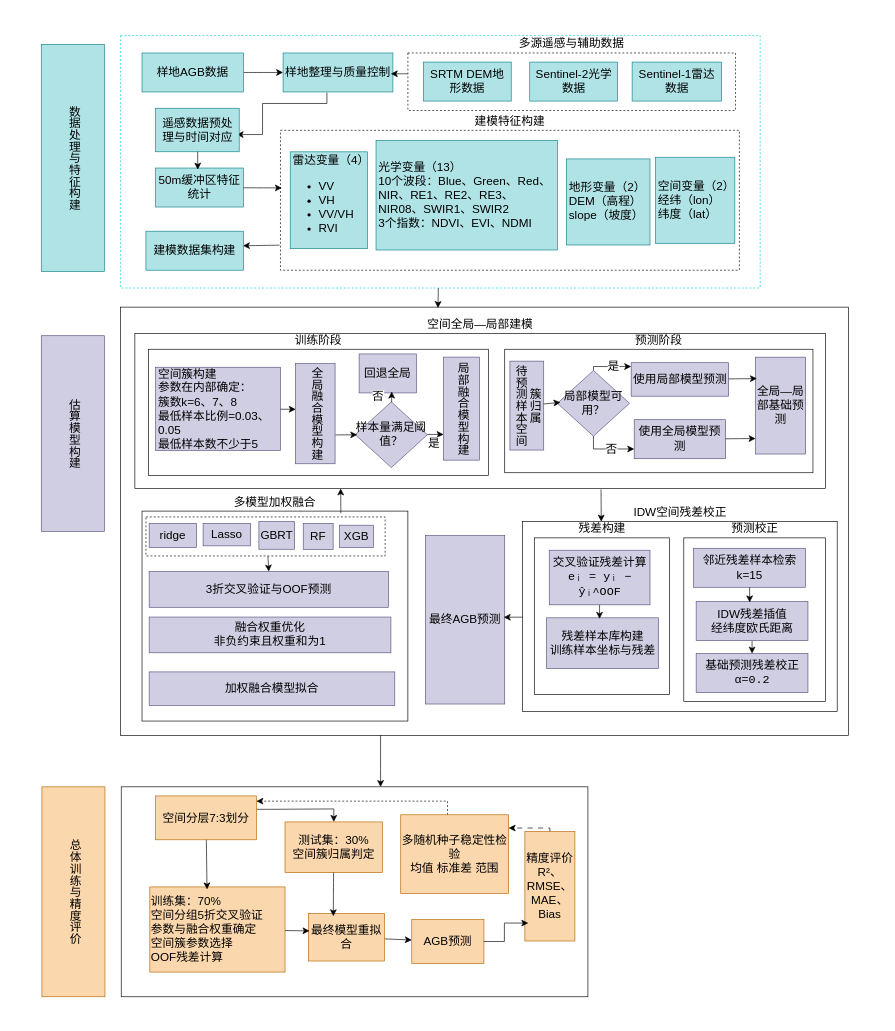
ruoxiaobai/ruo keeps this draw.io diagram as 论文英文版流程图.drawio. Above is the earlier version. Source tidied: cells renumbered, new cells numbered last; positions are measured from the earlier drawing's top-left corner, leaving out a move shared by most shapes. Both pictures are drawn from the tidied source at 65%, with x=0, y=0 at pixel (41, 35).
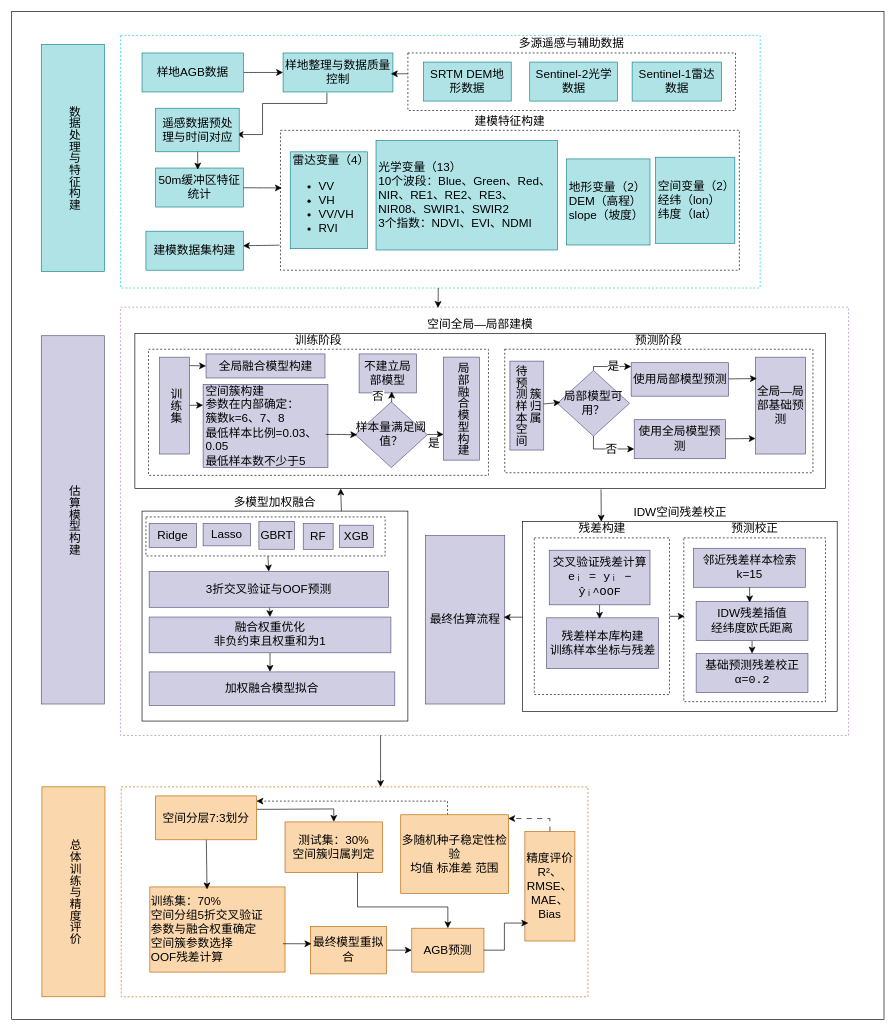
The same diagram, later.

Commit message:
更新论文英文版流程图.drawio

The change refers to these unchanged cells:
```xml
<mxCell id="4" value="空间全局—局部建模" style="rounded=0;whiteSpace=wrap;html=1;fontSize=18;labelPosition=center;verticalLabelPosition=top;align=center;verticalAlign=bottom;spacingLeft=2;spacingRight=2;" parent="1" vertex="1">
  <mxGeometry x="144" y="458.5" width="1062.5" height="238.5" as="geometry" />
</mxCell>
<mxCell id="27" value="多模型加权融合" style="rounded=0;whiteSpace=wrap;html=1;labelPosition=center;verticalLabelPosition=top;align=center;verticalAlign=bottom;fontSize=18;spacingLeft=2;spacingRight=2;" parent="1" vertex="1">
  <mxGeometry x="155" y="731.8" width="409" height="323" as="geometry" />
</mxCell>
<mxCell id="35" value="3折交叉验证与OOF预测" style="rounded=0;whiteSpace=wrap;html=1;fontSize=18;spacingLeft=2;spacingRight=2;fillColor=#d0cee2;strokeColor=#56517e;" parent="1" vertex="1">
  <mxGeometry x="166" y="824.8" width="368" height="55" as="geometry" />
</mxCell>
<mxCell id="44" value="训练集：70%&lt;div&gt;空间分组5折交叉验证&lt;/div&gt;&lt;div&gt;参数与融合权重确定&lt;/div&gt;&lt;div&gt;空间簇参数选择&lt;/div&gt;&lt;div&gt;OOF残差计算&lt;/div&gt;" style="rounded=0;whiteSpace=wrap;html=1;align=left;fontSize=18;fillColor=#fad7ac;strokeColor=#b46504;" parent="1" vertex="1">
  <mxGeometry x="167" y="1310" width="208" height="131" as="geometry" />
</mxCell>
<mxCell id="45" value="测试集：30%&lt;div&gt;空间簇归属判定&lt;/div&gt;" style="rounded=0;whiteSpace=wrap;html=1;fontSize=18;fillColor=#fad7ac;strokeColor=#b46504;" parent="1" vertex="1">
  <mxGeometry x="375" y="1210" width="150" height="78" as="geometry" />
</mxCell>
<mxCell id="51" value="精度评价&lt;div&gt;R²、RMSE、MAE、Bias&lt;/div&gt;" style="rounded=0;whiteSpace=wrap;html=1;fontSize=18;fillColor=#fad7ac;strokeColor=#b46504;" parent="1" vertex="1">
  <mxGeometry x="744" y="1225" width="77" height="168.2" as="geometry" />
</mxCell>
<mxCell id="53" value="多随机种子稳定性检验&lt;div&gt;均值 标准差 范围&lt;/div&gt;" style="rounded=0;whiteSpace=wrap;html=1;fontSize=18;align=center;fillColor=#fad7ac;strokeColor=#b46504;" parent="1" vertex="1">
  <mxGeometry x="553" y="1199" width="166" height="121" as="geometry" />
</mxCell>
<mxCell id="54" value="融合权重优化&lt;div&gt;非负约束且权重和为1&lt;/div&gt;" style="rounded=0;whiteSpace=wrap;html=1;fontSize=18;spacingLeft=2;spacingRight=2;fillColor=#d0cee2;strokeColor=#56517e;" parent="1" vertex="1">
  <mxGeometry x="166" y="894.8" width="371.9" height="55" as="geometry" />
</mxCell>
<mxCell id="61" value="样本量满足阈值？" style="rhombus;whiteSpace=wrap;html=1;shapeInside=1;fontSize=18;fillColor=#d0cee2;strokeColor=#56517e;" parent="1" vertex="1">
  <mxGeometry x="483" y="563.8" width="111" height="101" as="geometry" />
</mxCell>
```

Diff of the diagram source:
```diff
@@
+    <mxCell id="99" style="rounded=0;whiteSpace=wrap;html=1;" parent="1" vertex="1">
+      <mxGeometry x="-45.5" y="-37" width="1342" height="1551" as="geometry" />
+    </mxCell>
-    <mxCell id="2" style="rounded=0;whiteSpace=wrap;html=1;fontSize=18;spacingLeft=2;spacingRight=2;" parent="1" vertex="1">
+    <mxCell id="2" style="rounded=0;whiteSpace=wrap;html=1;fontSize=18;spacingLeft=2;spacingRight=2;dashed=1;strokeColor=#A680B8;" parent="1" vertex="1">
       <mxGeometry x="122" y="418" width="1120" height="659" as="geometry" />
     </mxCell>
@@
-    <mxCell id="5" value="预测阶段" style="rounded=0;whiteSpace=wrap;html=1;labelPosition=center;verticalLabelPosition=top;align=center;verticalAlign=bottom;fontSize=18;" parent="1" vertex="1">
+    <mxCell id="5" value="预测阶段" style="rounded=0;whiteSpace=wrap;html=1;labelPosition=center;verticalLabelPosition=top;align=center;verticalAlign=bottom;fontSize=18;dashed=1;" parent="1" vertex="1">
       <mxGeometry x="713" y="482.8" width="474.2" height="190" as="geometry" />
     </mxCell>
@@
     <mxCell id="7" value="估算模型构建" style="rounded=0;whiteSpace=wrap;html=1;fontSize=18;textDirection=vertical-lr;align=center;spacingLeft=2;spacingRight=2;fillColor=#d0cee2;strokeColor=#56517e;" parent="1" vertex="1">
-      <mxGeometry y="462" width="97" height="301" as="geometry" />
+      <mxGeometry y="462" width="97" height="566.6" as="geometry" />
     </mxCell>
@@
-    <mxCell id="10" style="rounded=0;whiteSpace=wrap;html=1;fontSize=18;spacingLeft=2;spacingRight=2;" parent="1" vertex="1">
+    <mxCell id="10" style="rounded=0;whiteSpace=wrap;html=1;fontSize=18;spacingLeft=2;spacingRight=2;dashed=1;strokeColor=#CC6600;" parent="1" vertex="1">
       <mxGeometry x="123" y="1156" width="718" height="323" as="geometry" />
     </mxCell>
@@
-    <mxCell id="18" value="样地整理与质量控制" style="rounded=0;whiteSpace=wrap;html=1;fontSize=18;spacingLeft=2;spacingRight=2;fillColor=#b0e3e6;strokeColor=#0e8088;" parent="1" vertex="1">
+    <mxCell id="18" value="样地整理与数据质量控制" style="rounded=0;whiteSpace=wrap;html=1;fontSize=18;spacingLeft=2;spacingRight=2;fillColor=#b0e3e6;strokeColor=#0e8088;" parent="1" vertex="1">
       <mxGeometry x="372" y="27" width="169" height="60" as="geometry" />
     </mxCell>
@@
-    <mxCell id="29" value="ridge" style="rounded=0;whiteSpace=wrap;html=1;fontSize=18;spacingLeft=2;spacingRight=2;fillColor=#d0cee2;strokeColor=#56517e;" parent="1" vertex="1">
+    <mxCell id="29" value="Ridge" style="rounded=0;whiteSpace=wrap;html=1;fontSize=18;spacingLeft=2;spacingRight=2;fillColor=#d0cee2;strokeColor=#56517e;" parent="1" vertex="1">
       <mxGeometry x="166" y="750.8" width="73" height="37" as="geometry" />
     </mxCell>
@@
+    <mxCell id="100" style="edgeStyle=none;curved=1;rounded=0;jettySize=auto;html=1;entryX=0.5;entryY=0;entryDx=0;entryDy=0;fontSize=12;startSize=8;endSize=8;" parent="1" edge="1" source="35" target="54">
+      <mxGeometry relative="1" as="geometry" />
+    </mxCell>
@@
-    <mxCell id="46" value="训练阶段" style="rounded=0;whiteSpace=wrap;html=1;labelPosition=center;verticalLabelPosition=top;align=center;verticalAlign=bottom;fontSize=18;" parent="1" vertex="1">
+    <mxCell id="46" value="训练阶段" style="rounded=0;whiteSpace=wrap;html=1;labelPosition=center;verticalLabelPosition=top;align=center;verticalAlign=bottom;fontSize=18;dashed=1;" parent="1" vertex="1">
       <mxGeometry x="165" y="482.8" width="523" height="194" as="geometry" />
     </mxCell>
@@
     <mxCell id="48" value="最终模型重拟合" style="rounded=0;whiteSpace=wrap;html=1;fontSize=18;fillColor=#fad7ac;strokeColor=#b46504;" parent="1" vertex="1">
-      <mxGeometry x="411" y="1351" width="117" height="73" as="geometry" />
+      <mxGeometry x="414" y="1370.8" width="117" height="73" as="geometry" />
     </mxCell>
     <mxCell id="49" value="AGB预测" style="rounded=0;whiteSpace=wrap;html=1;fontSize=18;fillColor=#fad7ac;strokeColor=#b46504;" parent="1" vertex="1">
-      <mxGeometry x="570" y="1360.2" width="111" height="67.5" as="geometry" />
+      <mxGeometry x="570" y="1373.5" width="111" height="67.5" as="geometry" />
     </mxCell>
-    <mxCell id="50" style="edgeStyle=orthogonalEdgeStyle;rounded=0;jettySize=auto;html=1;fontSize=18;startSize=8;endSize=8;dashed=1;dashPattern=8 8;exitX=0.5;exitY=0;exitDx=0;exitDy=0;" parent="1" edge="1" source="51">
-      <mxGeometry relative="1" as="geometry">
-        <mxPoint x="719" y="1219.4" as="targetPoint" />
-        <Array as="points">
-          <mxPoint x="782.5" y="1219.4" />
-        </Array>
-      </mxGeometry>
+    <mxCell id="50" style="edgeStyle=orthogonalEdgeStyle;rounded=0;jettySize=auto;html=1;fontSize=18;startSize=8;endSize=8;dashed=1;dashPattern=8 8;exitX=0.5;exitY=0;exitDx=0;exitDy=0;entryX=0.996;entryY=0.048;entryDx=0;entryDy=0;entryPerimeter=0;" parent="1" edge="1" source="51" target="53">
+      <mxGeometry relative="1" as="geometry" />
     </mxCell>
@@
+    <mxCell id="101" style="edgeStyle=none;curved=1;rounded=0;jettySize=auto;html=1;fontSize=12;startSize=8;endSize=8;" parent="1" edge="1" source="54">
+      <mxGeometry relative="1" as="geometry">
+        <mxPoint x="351.9" y="979.1" as="targetPoint" />
+      </mxGeometry>
+    </mxCell>
@@
-    <mxCell id="56" value="全局融合模型构建" style="rounded=0;whiteSpace=wrap;html=1;fontSize=18;spacingLeft=2;spacingRight=2;fillColor=#d0cee2;strokeColor=#56517e;textDirection=vertical-lr;" parent="1" vertex="1">
-      <mxGeometry x="391" y="505" width="61" height="154" as="geometry" />
+    <mxCell id="56" value="全局融合模型构建" style="rounded=0;whiteSpace=wrap;html=1;fontSize=18;spacingLeft=2;spacingRight=2;fillColor=#d0cee2;strokeColor=#56517e;" parent="1" vertex="1">
+      <mxGeometry x="253.5" y="490" width="183" height="37" as="geometry" />
     </mxCell>
     <mxCell id="57" value="空间簇构建&lt;div&gt;参数在内部确定：&lt;/div&gt;&lt;div&gt;簇数k=6、7、8&lt;/div&gt;&lt;div&gt;最低样本比例=0.03、0.05&lt;/div&gt;&lt;div&gt;最低样本数不少于5&lt;/div&gt;" style="rounded=0;whiteSpace=wrap;html=1;fontSize=18;align=left;spacingLeft=2;spacingRight=2;fillColor=#d0cee2;strokeColor=#56517e;" parent="1" vertex="1">
-      <mxGeometry x="176" y="510.5" width="192" height="128" as="geometry" />
+      <mxGeometry x="249" y="536.8" width="192" height="128" as="geometry" />
     </mxCell>
@@
-    <mxCell id="62" value="回退全局" style="rounded=0;whiteSpace=wrap;html=1;fontSize=18;fillColor=#d0cee2;strokeColor=#56517e;" parent="1" vertex="1">
+    <mxCell id="62" value="不建立局部模型" style="rounded=0;whiteSpace=wrap;html=1;fontSize=18;fillColor=#d0cee2;strokeColor=#56517e;" parent="1" vertex="1">
       <mxGeometry x="489" y="490" width="88" height="60" as="geometry" />
     </mxCell>
@@
-    <mxCell id="67" value="残差构建" style="rounded=0;whiteSpace=wrap;html=1;labelPosition=center;verticalLabelPosition=top;align=center;verticalAlign=bottom;fontSize=18;" parent="1" vertex="1">
+    <mxCell id="67" value="残差构建" style="rounded=0;whiteSpace=wrap;html=1;labelPosition=center;verticalLabelPosition=top;align=center;verticalAlign=bottom;fontSize=18;dashed=1;" parent="1" vertex="1">
       <mxGeometry x="758.5" y="773" width="208" height="241" as="geometry" />
     </mxCell>
-    <mxCell id="68" value="预测校正" style="rounded=0;whiteSpace=wrap;html=1;labelPosition=center;verticalLabelPosition=top;align=center;verticalAlign=bottom;fontSize=18;" parent="1" vertex="1">
+    <mxCell id="68" value="预测校正" style="rounded=0;whiteSpace=wrap;html=1;labelPosition=center;verticalLabelPosition=top;align=center;verticalAlign=bottom;fontSize=18;dashed=1;" parent="1" vertex="1">
       <mxGeometry x="988.5" y="773" width="218" height="252" as="geometry" />
     </mxCell>
@@
-    <mxCell id="75" value="最终AGB预测" style="rounded=0;whiteSpace=wrap;html=1;fontSize=18;fillColor=#d0cee2;strokeColor=#56517e;" parent="1" vertex="1">
+    <mxCell id="75" value="最终估算流程" style="rounded=0;whiteSpace=wrap;html=1;fontSize=18;fillColor=#d0cee2;strokeColor=#56517e;" parent="1" vertex="1">
       <mxGeometry x="591" y="769.4" width="122" height="259.2" as="geometry" />
     </mxCell>
@@
-    <mxCell id="80" style="edgeStyle=none;curved=1;rounded=0;jettySize=auto;html=1;entryX=0.298;entryY=1;entryDx=0;entryDy=0;entryPerimeter=0;fontSize=18;startSize=8;endSize=8;exitX=0.748;exitY=0.01;exitDx=0;exitDy=0;exitPerimeter=0;" parent="1" edge="1" source="27" target="4">
+    <mxCell id="80" style="edgeStyle=none;curved=1;rounded=0;jettySize=auto;html=1;entryX=0.298;entryY=1;entryDx=0;entryDy=0;entryPerimeter=0;fontSize=18;startSize=8;endSize=8;exitX=0.75;exitY=0;exitDx=0;exitDy=0;" parent="1" edge="1" source="27" target="4">
       <mxGeometry relative="1" as="geometry" />
     </mxCell>
@@
-    <mxCell id="82" style="edgeStyle=none;curved=1;rounded=0;jettySize=auto;html=1;entryX=0.007;entryY=0.456;entryDx=0;entryDy=0;entryPerimeter=0;fontSize=18;startSize=8;endSize=8;" parent="1" edge="1" source="57" target="56">
-      <mxGeometry relative="1" as="geometry" />
-    </mxCell>
-    <mxCell id="83" style="edgeStyle=none;curved=1;rounded=0;jettySize=auto;html=1;entryX=0.028;entryY=0.501;entryDx=0;entryDy=0;entryPerimeter=0;fontSize=18;startSize=8;endSize=8;exitX=1.01;exitY=0.712;exitDx=0;exitDy=0;exitPerimeter=0;" parent="1" edge="1" source="56" target="61">
+    <mxCell id="83" style="edgeStyle=orthogonalEdgeStyle;rounded=0;jettySize=auto;html=1;entryX=0.028;entryY=0.501;entryDx=0;entryDy=0;entryPerimeter=0;fontSize=18;startSize=8;endSize=8;exitX=0.983;exitY=0.602;exitDx=0;exitDy=0;exitPerimeter=0;" parent="1" edge="1" source="57" target="61">
       <mxGeometry relative="1" as="geometry" />
     </mxCell>
@@
-    <mxCell id="94" style="edgeStyle=none;curved=1;rounded=0;jettySize=auto;html=1;entryX=0.327;entryY=0.056;entryDx=0;entryDy=0;entryPerimeter=0;fontSize=18;startSize=8;endSize=8;" parent="1" edge="1" source="45" target="48">
-      <mxGeometry relative="1" as="geometry" />
+    <mxCell id="94" style="edgeStyle=orthogonalEdgeStyle;rounded=0;jettySize=auto;html=1;fontSize=18;startSize=8;endSize=8;" parent="1" edge="1" source="45" target="49">
+      <mxGeometry relative="1" as="geometry">
+        <Array as="points">
+          <mxPoint x="486.5" y="1340.8" />
+          <mxPoint x="625.5" y="1340.8" />
+        </Array>
+      </mxGeometry>
     </mxCell>
-    <mxCell id="95" style="edgeStyle=none;curved=1;rounded=0;jettySize=auto;html=1;entryX=0.014;entryY=0.365;entryDx=0;entryDy=0;entryPerimeter=0;fontSize=18;startSize=8;endSize=8;" parent="1" edge="1" source="44" target="48">
+    <mxCell id="95" style="edgeStyle=none;curved=1;rounded=0;jettySize=auto;html=1;entryX=0.014;entryY=0.365;entryDx=0;entryDy=0;entryPerimeter=0;fontSize=18;startSize=8;endSize=8;exitX=0.985;exitY=0.667;exitDx=0;exitDy=0;exitPerimeter=0;" parent="1" edge="1" source="44" target="48">
       <mxGeometry relative="1" as="geometry" />
     </mxCell>
@@
+    <mxCell id="102" style="edgeStyle=none;curved=1;rounded=0;jettySize=auto;html=1;entryX=0.006;entryY=0.479;entryDx=0;entryDy=0;entryPerimeter=0;fontSize=12;startSize=8;endSize=8;" parent="1" edge="1" source="67" target="68">
+      <mxGeometry relative="1" as="geometry" />
+    </mxCell>
+    <mxCell id="103" style="edgeStyle=none;curved=1;rounded=0;jettySize=auto;html=1;entryX=0;entryY=0.5;entryDx=0;entryDy=0;fontSize=12;startSize=8;endSize=8;exitX=0.972;exitY=0.087;exitDx=0;exitDy=0;exitPerimeter=0;" parent="1" edge="1" source="105" target="56">
+      <mxGeometry relative="1" as="geometry" />
+    </mxCell>
+    <mxCell id="104" style="edgeStyle=none;curved=1;rounded=0;jettySize=auto;html=1;entryX=0;entryY=0.25;entryDx=0;entryDy=0;fontSize=12;startSize=8;endSize=8;" parent="1" edge="1" source="105" target="57">
+      <mxGeometry relative="1" as="geometry" />
+    </mxCell>
+    <mxCell id="105" value="训练集" style="rounded=0;whiteSpace=wrap;html=1;textDirection=vertical-lr;fontSize=18;fillColor=#d0cee2;strokeColor=#56517e;" parent="1" vertex="1">
+      <mxGeometry x="182" y="495" width="46" height="149" as="geometry" />
+    </mxCell>
```
